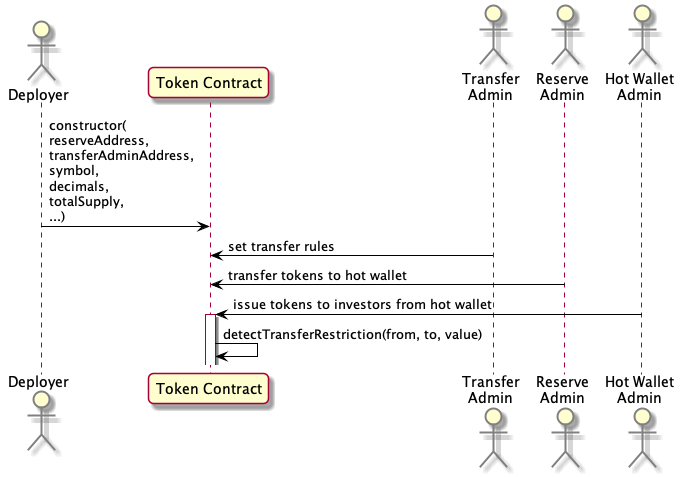
Earlier version of the PlantUML export docs/plant-uml-diagrams/setup.png (melmel27/comakery).
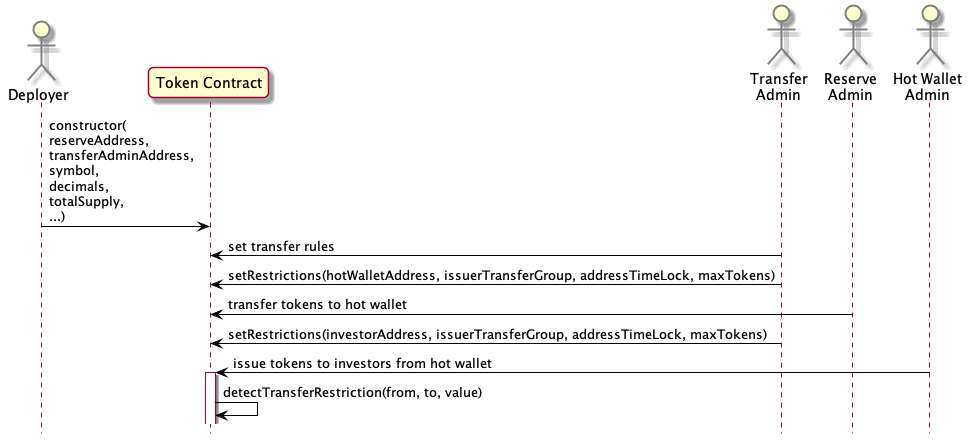
The same file after the commit.

Diff of the diagram source:
```diff
@@ -1,4 +1,5 @@
 @startuml setup
+hide footbox
 skinparam roundcorner 10
 skinparam ArrowColor black
 skinparam actor {
@@ -12,8 +13,11 @@
 
 Deployer -> Token: constructor(\nreserveAddress,\ntransferAdminAddress,\nsymbol,\ndecimals,\ntotalSupply,\n...)
 TAdmin -> Token: set transfer rules
+TAdmin -> Token: setRestrictions(hotWalletAddress, issuerTransferGroup, addressTimeLock, maxTokens)
 RAdmin -> Token: transfer tokens to hot wallet
+TAdmin -> Token: setRestrictions(investorAddress, issuerTransferGroup, addressTimeLock, maxTokens)
 HAdmin -> Token: issue tokens to investors from hot wallet
 activate Token
 Token -> Token: detectTransferRestriction(from, to, value)
+
 @enduml
```
